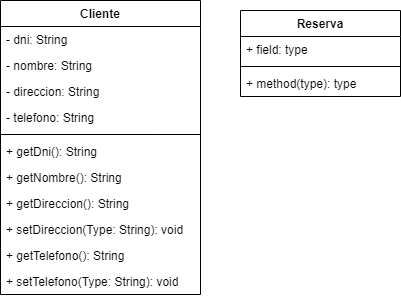
Earlier version of the draw.io export unidad-4/Class-Diagram-Maxi/automoviles-maxi.png (mackstm/ets). Source tidied: cells renumbered, new cells last; positions are measured from the earlier drawing's top-left corner, leaving out a move shared by most shapes. Its diagram source:
```xml
<mxGraphModel background="#ffffff">
  <root>
    <mxCell id="0" />
    <mxCell id="1" parent="0" />
    <mxCell id="2" value="Cliente" style="swimlane;fontStyle=1;align=center;verticalAlign=top;horizontal=1;startSize=26;whiteSpace=wrap;html=1;" parent="1" vertex="1">
      <mxGeometry width="200" height="294" as="geometry" />
    </mxCell>
    <mxCell id="3" value="- dni: String" style="text;strokeColor=none;fillColor=none;align=left;verticalAlign=top;spacingLeft=4;spacingRight=4;overflow=hidden;whiteSpace=wrap;html=1;" parent="2" vertex="1">
      <mxGeometry y="26" width="200" height="26" as="geometry" />
    </mxCell>
    <mxCell id="4" value="- nombre: String" style="text;strokeColor=none;fillColor=none;align=left;verticalAlign=top;spacingLeft=4;spacingRight=4;overflow=hidden;whiteSpace=wrap;html=1;" parent="2" vertex="1">
      <mxGeometry y="52" width="200" height="26" as="geometry" />
    </mxCell>
    <mxCell id="5" value="- direccion: String" style="text;strokeColor=none;fillColor=none;align=left;verticalAlign=top;spacingLeft=4;spacingRight=4;overflow=hidden;whiteSpace=wrap;html=1;" parent="2" vertex="1">
      <mxGeometry y="78" width="200" height="26" as="geometry" />
    </mxCell>
    <mxCell id="6" value="- telefono: String" style="text;strokeColor=none;fillColor=none;align=left;verticalAlign=top;spacingLeft=4;spacingRight=4;overflow=hidden;whiteSpace=wrap;html=1;" parent="2" vertex="1">
      <mxGeometry y="104" width="200" height="26" as="geometry" />
    </mxCell>
    <mxCell id="7" style="line;strokeWidth=1;fillColor=none;align=left;verticalAlign=middle;spacingTop=-1;spacingLeft=3;spacingRight=3;labelPosition=right;strokeColor=inherit;" parent="2" vertex="1">
      <mxGeometry y="130" width="200" height="8" as="geometry" />
    </mxCell>
    <mxCell id="8" value="+ getDni(): String" style="text;strokeColor=none;fillColor=none;align=left;verticalAlign=top;spacingLeft=4;spacingRight=4;overflow=hidden;whiteSpace=wrap;html=1;" parent="2" vertex="1">
      <mxGeometry y="138" width="200" height="26" as="geometry" />
    </mxCell>
    <mxCell id="9" value="+ getNombre(): String" style="text;strokeColor=none;fillColor=none;align=left;verticalAlign=top;spacingLeft=4;spacingRight=4;overflow=hidden;whiteSpace=wrap;html=1;" parent="2" vertex="1">
      <mxGeometry y="164" width="200" height="26" as="geometry" />
    </mxCell>
    <mxCell id="10" value="+ getDireccion(): String" style="text;strokeColor=none;fillColor=none;align=left;verticalAlign=top;spacingLeft=4;spacingRight=4;overflow=hidden;whiteSpace=wrap;html=1;" parent="2" vertex="1">
      <mxGeometry y="190" width="200" height="26" as="geometry" />
    </mxCell>
    <mxCell id="11" value="+ setDireccion(Type: String): void" style="text;strokeColor=none;fillColor=none;align=left;verticalAlign=top;spacingLeft=4;spacingRight=4;overflow=hidden;whiteSpace=wrap;html=1;" parent="2" vertex="1">
      <mxGeometry y="216" width="200" height="26" as="geometry" />
    </mxCell>
    <mxCell id="12" value="+ getTelefono(): String" style="text;strokeColor=none;fillColor=none;align=left;verticalAlign=top;spacingLeft=4;spacingRight=4;overflow=hidden;whiteSpace=wrap;html=1;" parent="2" vertex="1">
      <mxGeometry y="242" width="200" height="26" as="geometry" />
    </mxCell>
    <mxCell id="13" value="+ setTelefono(Type: String): void" style="text;strokeColor=none;fillColor=none;align=left;verticalAlign=top;spacingLeft=4;spacingRight=4;overflow=hidden;whiteSpace=wrap;html=1;" parent="2" vertex="1">
      <mxGeometry y="268" width="200" height="26" as="geometry" />
    </mxCell>
    <mxCell id="14" value="Reserva" style="swimlane;fontStyle=1;align=center;verticalAlign=top;horizontal=1;startSize=26;whiteSpace=wrap;html=1;" parent="1" vertex="1">
      <mxGeometry x="240" y="10" width="160" height="86" as="geometry" />
    </mxCell>
    <mxCell id="15" value="+ field: type" style="text;strokeColor=none;fillColor=none;align=left;verticalAlign=top;spacingLeft=4;spacingRight=4;overflow=hidden;whiteSpace=wrap;html=1;" parent="14" vertex="1">
      <mxGeometry y="26" width="160" height="26" as="geometry" />
    </mxCell>
    <mxCell id="16" style="line;strokeWidth=1;fillColor=none;align=left;verticalAlign=middle;spacingTop=-1;spacingLeft=3;spacingRight=3;labelPosition=right;strokeColor=inherit;" parent="14" vertex="1">
      <mxGeometry y="52" width="160" height="8" as="geometry" />
    </mxCell>
    <mxCell id="17" value="+ method(type): type" style="text;strokeColor=none;fillColor=none;align=left;verticalAlign=top;spacingLeft=4;spacingRight=4;overflow=hidden;whiteSpace=wrap;html=1;" parent="14" vertex="1">
      <mxGeometry y="60" width="160" height="26" as="geometry" />
    </mxCell>
  </root>
</mxGraphModel>
```
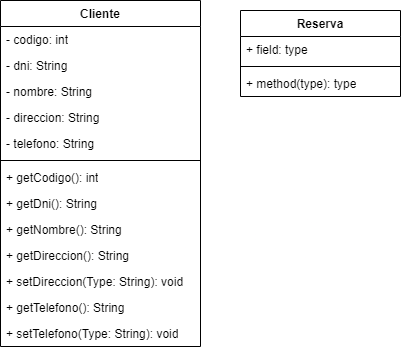
After the commit.

Diff of the diagram source:
```diff
@@ -3,40 +3,46 @@
     <mxCell id="0" />
     <mxCell id="1" parent="0" />
     <mxCell id="2" value="Cliente" style="swimlane;fontStyle=1;align=center;verticalAlign=top;horizontal=1;startSize=26;whiteSpace=wrap;html=1;" parent="1" vertex="1">
-      <mxGeometry width="200" height="294" as="geometry" />
+      <mxGeometry width="200" height="346" as="geometry" />
     </mxCell>
+    <mxCell id="18" value="- codigo: int" style="text;strokeColor=none;fillColor=none;align=left;verticalAlign=top;spacingLeft=4;spacingRight=4;overflow=hidden;whiteSpace=wrap;html=1;" parent="2" vertex="1">
+      <mxGeometry y="26" width="200" height="26" as="geometry" />
+    </mxCell>
     <mxCell id="3" value="- dni: String" style="text;strokeColor=none;fillColor=none;align=left;verticalAlign=top;spacingLeft=4;spacingRight=4;overflow=hidden;whiteSpace=wrap;html=1;" parent="2" vertex="1">
-      <mxGeometry y="26" width="200" height="26" as="geometry" />
+      <mxGeometry y="52" width="200" height="26" as="geometry" />
     </mxCell>
     <mxCell id="4" value="- nombre: String" style="text;strokeColor=none;fillColor=none;align=left;verticalAlign=top;spacingLeft=4;spacingRight=4;overflow=hidden;whiteSpace=wrap;html=1;" parent="2" vertex="1">
-      <mxGeometry y="52" width="200" height="26" as="geometry" />
+      <mxGeometry y="78" width="200" height="26" as="geometry" />
     </mxCell>
     <mxCell id="5" value="- direccion: String" style="text;strokeColor=none;fillColor=none;align=left;verticalAlign=top;spacingLeft=4;spacingRight=4;overflow=hidden;whiteSpace=wrap;html=1;" parent="2" vertex="1">
-      <mxGeometry y="78" width="200" height="26" as="geometry" />
+      <mxGeometry y="104" width="200" height="26" as="geometry" />
     </mxCell>
     <mxCell id="6" value="- telefono: String" style="text;strokeColor=none;fillColor=none;align=left;verticalAlign=top;spacingLeft=4;spacingRight=4;overflow=hidden;whiteSpace=wrap;html=1;" parent="2" vertex="1">
-      <mxGeometry y="104" width="200" height="26" as="geometry" />
+      <mxGeometry y="130" width="200" height="26" as="geometry" />
     </mxCell>
     <mxCell id="7" style="line;strokeWidth=1;fillColor=none;align=left;verticalAlign=middle;spacingTop=-1;spacingLeft=3;spacingRight=3;labelPosition=right;strokeColor=inherit;" parent="2" vertex="1">
-      <mxGeometry y="130" width="200" height="8" as="geometry" />
+      <mxGeometry y="156" width="200" height="8" as="geometry" />
     </mxCell>
+    <mxCell id="19" value="+ getCodigo(): int" style="text;strokeColor=none;fillColor=none;align=left;verticalAlign=top;spacingLeft=4;spacingRight=4;overflow=hidden;whiteSpace=wrap;html=1;" parent="2" vertex="1">
+      <mxGeometry y="164" width="200" height="26" as="geometry" />
+    </mxCell>
     <mxCell id="8" value="+ getDni(): String" style="text;strokeColor=none;fillColor=none;align=left;verticalAlign=top;spacingLeft=4;spacingRight=4;overflow=hidden;whiteSpace=wrap;html=1;" parent="2" vertex="1">
-      <mxGeometry y="138" width="200" height="26" as="geometry" />
+      <mxGeometry y="190" width="200" height="26" as="geometry" />
     </mxCell>
     <mxCell id="9" value="+ getNombre(): String" style="text;strokeColor=none;fillColor=none;align=left;verticalAlign=top;spacingLeft=4;spacingRight=4;overflow=hidden;whiteSpace=wrap;html=1;" parent="2" vertex="1">
-      <mxGeometry y="164" width="200" height="26" as="geometry" />
+      <mxGeometry y="216" width="200" height="26" as="geometry" />
     </mxCell>
     <mxCell id="10" value="+ getDireccion(): String" style="text;strokeColor=none;fillColor=none;align=left;verticalAlign=top;spacingLeft=4;spacingRight=4;overflow=hidden;whiteSpace=wrap;html=1;" parent="2" vertex="1">
-      <mxGeometry y="190" width="200" height="26" as="geometry" />
+      <mxGeometry y="242" width="200" height="26" as="geometry" />
     </mxCell>
     <mxCell id="11" value="+ setDireccion(Type: String): void" style="text;strokeColor=none;fillColor=none;align=left;verticalAlign=top;spacingLeft=4;spacingRight=4;overflow=hidden;whiteSpace=wrap;html=1;" parent="2" vertex="1">
-      <mxGeometry y="216" width="200" height="26" as="geometry" />
+      <mxGeometry y="268" width="200" height="26" as="geometry" />
     </mxCell>
     <mxCell id="12" value="+ getTelefono(): String" style="text;strokeColor=none;fillColor=none;align=left;verticalAlign=top;spacingLeft=4;spacingRight=4;overflow=hidden;whiteSpace=wrap;html=1;" parent="2" vertex="1">
-      <mxGeometry y="242" width="200" height="26" as="geometry" />
+      <mxGeometry y="294" width="200" height="26" as="geometry" />
     </mxCell>
     <mxCell id="13" value="+ setTelefono(Type: String): void" style="text;strokeColor=none;fillColor=none;align=left;verticalAlign=top;spacingLeft=4;spacingRight=4;overflow=hidden;whiteSpace=wrap;html=1;" parent="2" vertex="1">
-      <mxGeometry y="268" width="200" height="26" as="geometry" />
+      <mxGeometry y="320" width="200" height="26" as="geometry" />
     </mxCell>
     <mxCell id="14" value="Reserva" style="swimlane;fontStyle=1;align=center;verticalAlign=top;horizontal=1;startSize=26;whiteSpace=wrap;html=1;" parent="1" vertex="1">
       <mxGeometry x="240" y="10" width="160" height="86" as="geometry" />
```
